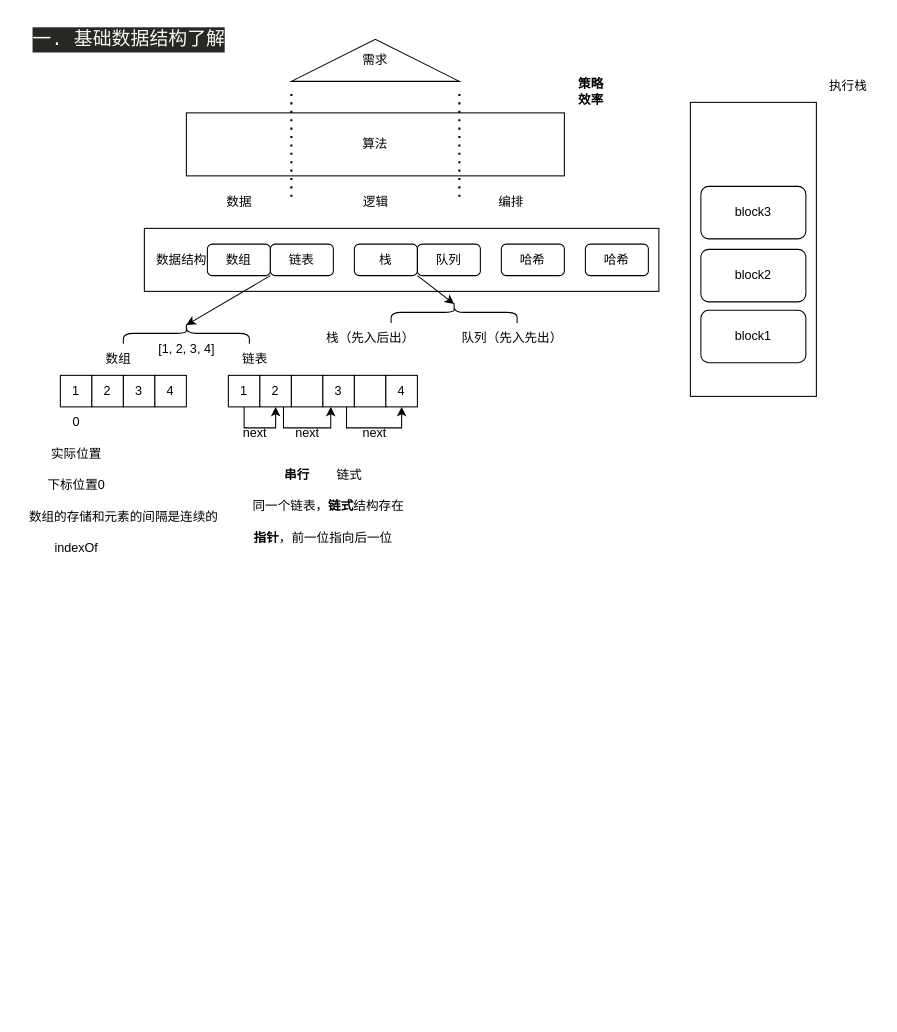
The draw.io diagram page "算法问题详解（1）——云隐" (19 of 19) of formal_lessons/imgs/【爪哇教育】web304.drawio in djsz3y/zhaowa-study-notes, before the edit. Source tidied: cells renumbered, new cells numbered last; positions are measured from the earlier drawing's top-left corner, leaving out a move shared by most shapes. Both pictures are drawn from the tidied source at 105%, with x=0, y=0 at pixel (18, 18).
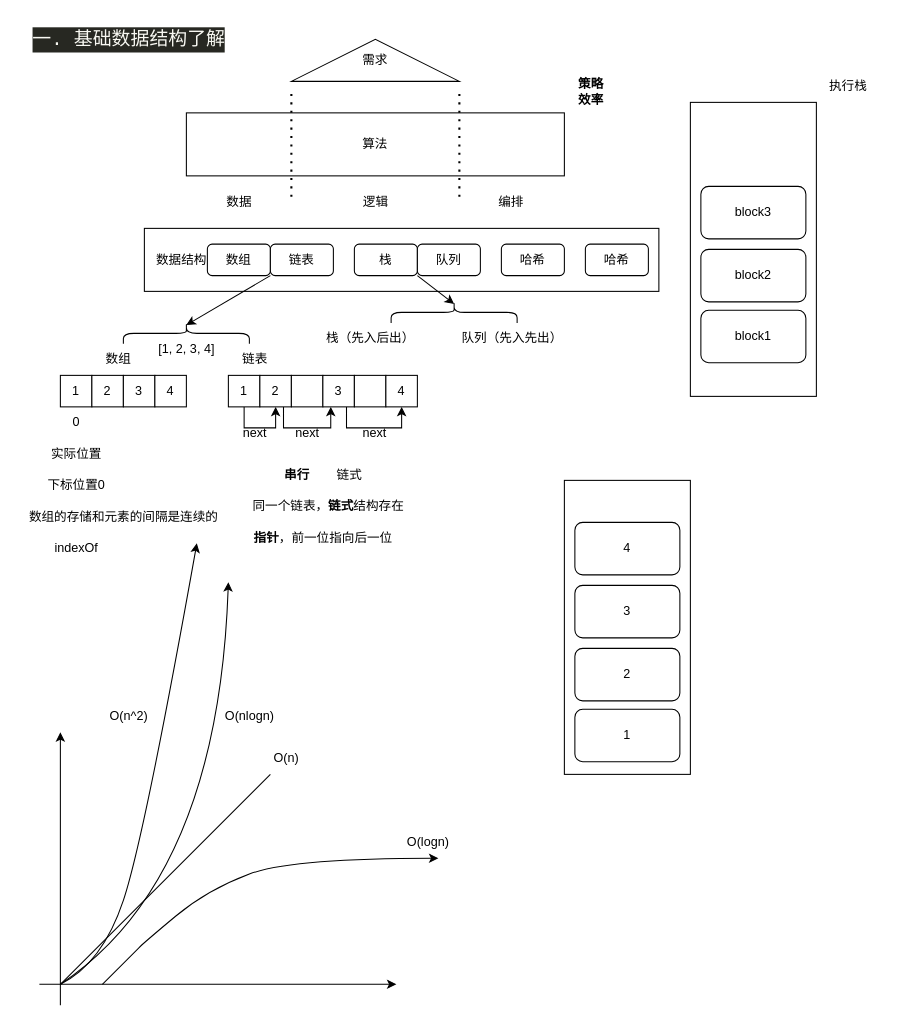
Above is the later version.

Commit message:
更新【爪哇教育】web304.drawio

Diff of the diagram source:
```diff
@@
+    <mxCell id="58" style="rounded=0;whiteSpace=wrap;html=1;" parent="1" vertex="1">
+      <mxGeometry x="520" y="440" width="120" height="280" as="geometry" />
+    </mxCell>
+    <mxCell id="59" value="1" style="rounded=1;whiteSpace=wrap;html=1;" parent="1" vertex="1">
+      <mxGeometry x="530" y="658" width="100" height="50" as="geometry" />
+    </mxCell>
+    <mxCell id="60" value="2" style="rounded=1;whiteSpace=wrap;html=1;" parent="1" vertex="1">
+      <mxGeometry x="530" y="600" width="100" height="50" as="geometry" />
+    </mxCell>
+    <mxCell id="61" value="3" style="rounded=1;whiteSpace=wrap;html=1;" parent="1" vertex="1">
+      <mxGeometry x="530" y="540" width="100" height="50" as="geometry" />
+    </mxCell>
+    <mxCell id="62" value="4" style="rounded=1;whiteSpace=wrap;html=1;" parent="1" vertex="1">
+      <mxGeometry x="530" y="480" width="100" height="50" as="geometry" />
+    </mxCell>
+    <mxCell id="63" style="endArrow=classic;html=1;rounded=0;" parent="1" edge="1">
+      <mxGeometry relative="1" as="geometry">
+        <mxPoint x="20" y="919.9" as="sourcePoint" />
+        <mxPoint x="360" y="919.9" as="targetPoint" />
+      </mxGeometry>
+    </mxCell>
+    <mxCell id="64" style="endArrow=classic;html=1;rounded=0;" parent="1" edge="1">
+      <mxGeometry relative="1" as="geometry">
+        <mxPoint x="40" y="939.9" as="sourcePoint" />
+        <mxPoint x="40" y="679.9" as="targetPoint" />
+      </mxGeometry>
+    </mxCell>
+    <mxCell id="65" style="endArrow=none;html=1;rounded=0;" parent="1" edge="1">
+      <mxGeometry relative="1" as="geometry">
+        <mxPoint x="40" y="919.9" as="sourcePoint" />
+        <mxPoint x="240" y="719.9" as="targetPoint" />
+      </mxGeometry>
+    </mxCell>
+    <mxCell id="66" style="curved=1;endArrow=classic;html=1;rounded=0;" parent="1" edge="1">
+      <mxGeometry relative="1" as="geometry">
+        <mxPoint x="80" y="919.9" as="sourcePoint" />
+        <mxPoint x="400" y="799.9" as="targetPoint" />
+        <Array as="points">
+          <mxPoint x="90" y="909.9" />
+          <mxPoint x="100" y="899.9" />
+          <mxPoint x="110" y="889.9" />
+          <mxPoint x="120" y="879.9" />
+          <mxPoint x="180" y="829.9" />
+          <mxPoint x="260" y="799.9" />
+        </Array>
+      </mxGeometry>
+    </mxCell>
+    <mxCell id="67" style="curved=1;endArrow=classic;html=1;rounded=0;" parent="1" edge="1">
+      <mxGeometry relative="1" as="geometry">
+        <mxPoint x="40" y="919.9" as="sourcePoint" />
+        <mxPoint x="200" y="537" as="targetPoint" />
+        <Array as="points">
+          <mxPoint x="190" y="819.9" />
+        </Array>
+      </mxGeometry>
+    </mxCell>
+    <mxCell id="68" style="curved=1;endArrow=classic;html=1;rounded=0;" parent="1" edge="1">
+      <mxGeometry relative="1" as="geometry">
+        <mxPoint x="40" y="919.9" as="sourcePoint" />
+        <mxPoint x="170" y="500" as="targetPoint" />
+        <Array as="points">
+          <mxPoint x="80" y="900" />
+          <mxPoint x="120" y="780" />
+        </Array>
+      </mxGeometry>
+    </mxCell>
+    <mxCell id="69" value="O(n^2)" style="text;html=1;align=center;verticalAlign=middle;strokeColor=none;fillColor=none;" parent="1" vertex="1">
+      <mxGeometry x="75" y="650" width="60" height="30" as="geometry" />
+    </mxCell>
+    <mxCell id="70" value="O(nlogn)" style="text;html=1;align=center;verticalAlign=middle;strokeColor=none;fillColor=none;" parent="1" vertex="1">
+      <mxGeometry x="185" y="650" width="70" height="30" as="geometry" />
+    </mxCell>
+    <mxCell id="71" value="O(n)" style="text;html=1;align=center;verticalAlign=middle;strokeColor=none;fillColor=none;" parent="1" vertex="1">
+      <mxGeometry x="230" y="690" width="50" height="30" as="geometry" />
+    </mxCell>
+    <mxCell id="72" value="O(logn)" style="text;html=1;align=center;verticalAlign=middle;strokeColor=none;fillColor=none;" parent="1" vertex="1">
+      <mxGeometry x="360" y="770" width="60" height="30" as="geometry" />
+    </mxCell>
```
